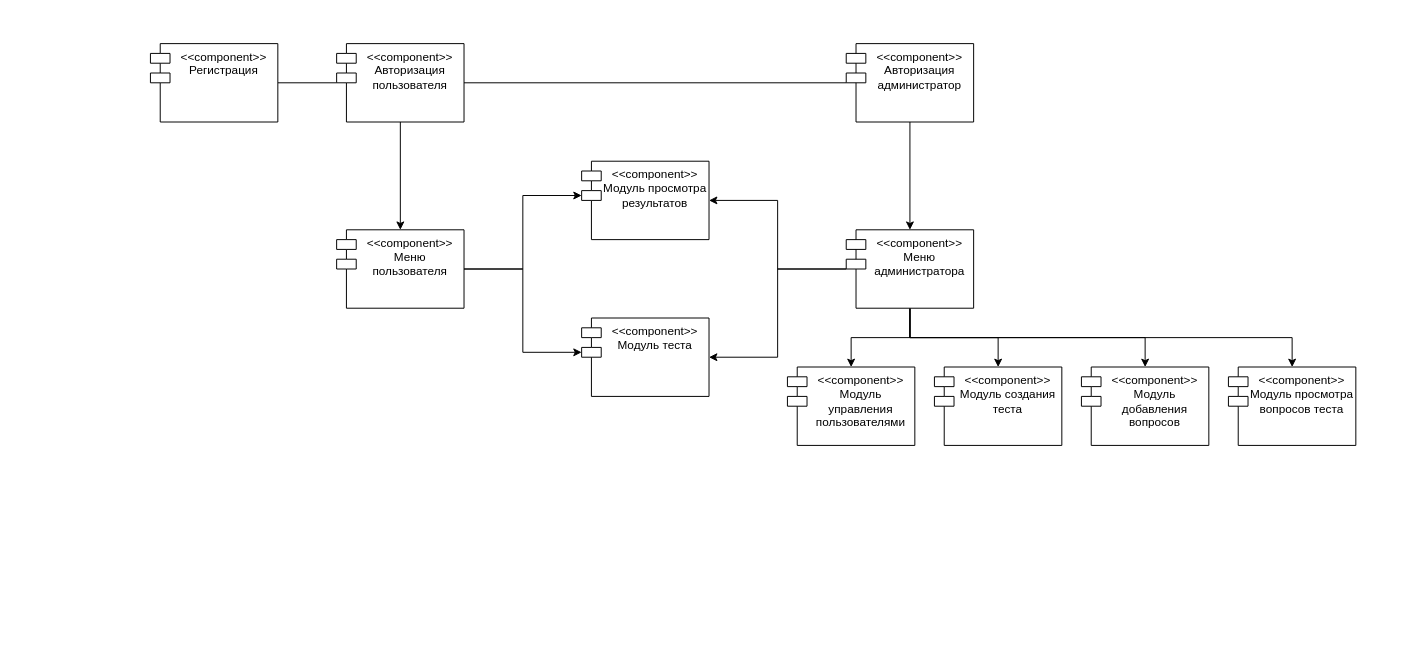
Above: Documents/vkr-class-master/images/диаграмма_компонентов.drawio in Nikita-g-Koval/Kursovik (draw.io), before the change. Source tidied: cells renumbered, new cells numbered last; positions are measured from the earlier drawing's top-left corner, leaving out a move shared by most shapes. Both pictures are drawn from the tidied source at 98%, with x=0, y=0 at pixel (150, 43).
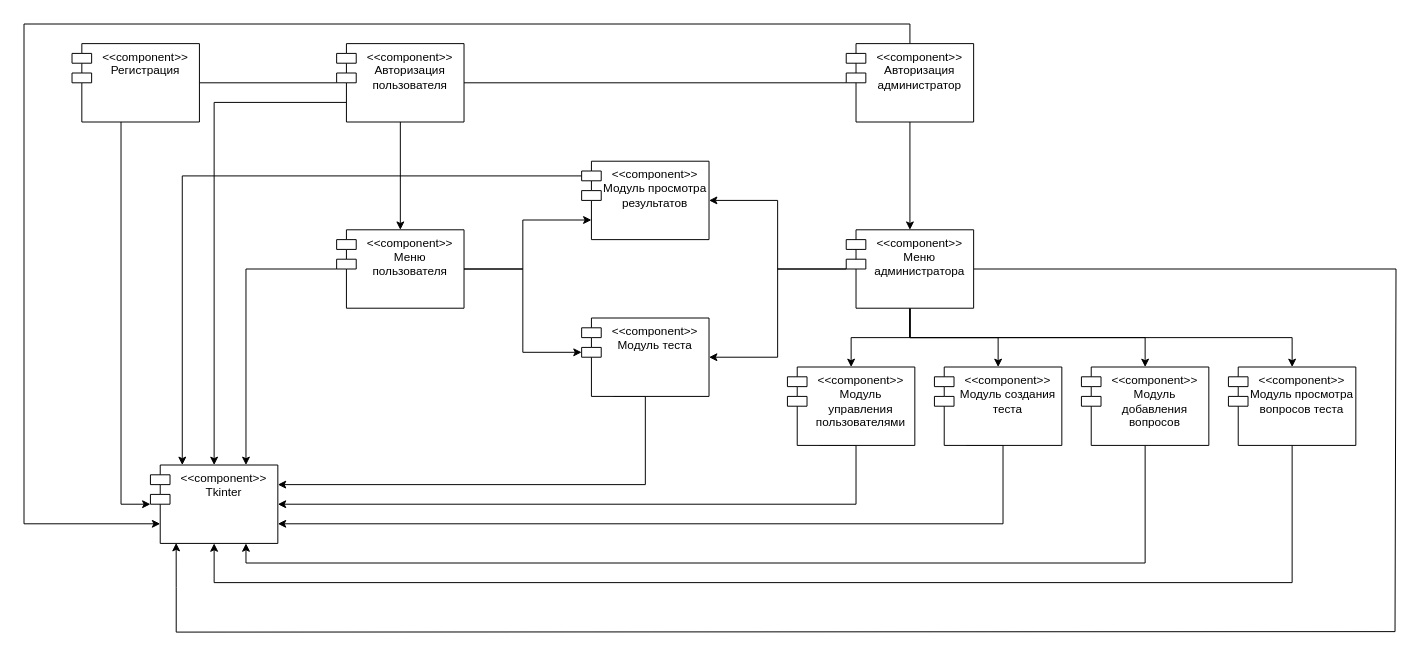
Above is the later version.

Commit message (it also covers changes not shown here):
обновил диаграмму компонентов

The change refers to these unchanged cells:
```xml
<mxCell id="5" value="&amp;lt;&amp;lt;component&amp;gt;&amp;gt;&lt;div&gt;Авторизация&lt;/div&gt;&lt;div&gt;пользователя&lt;/div&gt;" style="shape=module;align=left;spacingLeft=20;align=center;verticalAlign=top;whiteSpace=wrap;html=1;" parent="1" vertex="1">
  <mxGeometry x="190" width="130" height="80" as="geometry" />
</mxCell>
<mxCell id="8" value="&amp;lt;&amp;lt;component&amp;gt;&amp;gt;&lt;div&gt;Авторизация администратор&lt;/div&gt;" style="shape=module;align=left;spacingLeft=20;align=center;verticalAlign=top;whiteSpace=wrap;html=1;" parent="1" vertex="1">
  <mxGeometry x="710" width="130" height="80" as="geometry" />
</mxCell>
<mxCell id="9" value="&amp;lt;&amp;lt;component&amp;gt;&amp;gt;&lt;div&gt;Меню пользователя&lt;/div&gt;" style="shape=module;align=left;spacingLeft=20;align=center;verticalAlign=top;whiteSpace=wrap;html=1;" parent="1" vertex="1">
  <mxGeometry x="190" y="190" width="130" height="80" as="geometry" />
</mxCell>
<mxCell id="10" value="&amp;lt;&amp;lt;component&amp;gt;&amp;gt;&lt;div&gt;Модуль теста&lt;/div&gt;" style="shape=module;align=left;spacingLeft=20;align=center;verticalAlign=top;whiteSpace=wrap;html=1;" parent="1" vertex="1">
  <mxGeometry x="440" y="280" width="130" height="80" as="geometry" />
</mxCell>
<mxCell id="11" value="&amp;lt;&amp;lt;component&amp;gt;&amp;gt;&lt;div&gt;Модуль управления пользователями&lt;/div&gt;" style="shape=module;align=left;spacingLeft=20;align=center;verticalAlign=top;whiteSpace=wrap;html=1;" parent="1" vertex="1">
  <mxGeometry x="650" y="330" width="130" height="80" as="geometry" />
</mxCell>
<mxCell id="18" value="&amp;lt;&amp;lt;component&amp;gt;&amp;gt;&lt;div&gt;Меню администратора&lt;/div&gt;" style="shape=module;align=left;spacingLeft=20;align=center;verticalAlign=top;whiteSpace=wrap;html=1;" parent="1" vertex="1">
  <mxGeometry x="710" y="190" width="130" height="80" as="geometry" />
</mxCell>
<mxCell id="19" value="&amp;lt;&amp;lt;component&amp;gt;&amp;gt;&lt;div&gt;Модуль создания теста&lt;/div&gt;" style="shape=module;align=left;spacingLeft=20;align=center;verticalAlign=top;whiteSpace=wrap;html=1;" parent="1" vertex="1">
  <mxGeometry x="800" y="330" width="130" height="80" as="geometry" />
</mxCell>
<mxCell id="20" value="&amp;lt;&amp;lt;component&amp;gt;&amp;gt;&lt;div&gt;Модуль добавления вопросов&lt;/div&gt;" style="shape=module;align=left;spacingLeft=20;align=center;verticalAlign=top;whiteSpace=wrap;html=1;" parent="1" vertex="1">
  <mxGeometry x="950" y="330" width="130" height="80" as="geometry" />
</mxCell>
<mxCell id="21" value="&amp;lt;&amp;lt;component&amp;gt;&amp;gt;&lt;div&gt;Модуль просмотра вопросов теста&lt;/div&gt;" style="shape=module;align=left;spacingLeft=20;align=center;verticalAlign=top;whiteSpace=wrap;html=1;" parent="1" vertex="1">
  <mxGeometry x="1100" y="330" width="130" height="80" as="geometry" />
</mxCell>
<mxCell id="22" value="&amp;lt;&amp;lt;component&amp;gt;&amp;gt;&lt;div&gt;Модуль просмотра результатов&lt;/div&gt;" style="shape=module;align=left;spacingLeft=20;align=center;verticalAlign=top;whiteSpace=wrap;html=1;" parent="1" vertex="1">
  <mxGeometry x="440" y="120" width="130" height="80" as="geometry" />
</mxCell>
```

Change to the diagram source:
```diff
@@
+    <mxCell id="25" style="edgeStyle=orthogonalEdgeStyle;rounded=0;jettySize=auto;html=1;exitX=0;exitY=0.75;exitDx=10;exitDy=0;exitPerimeter=0;entryX=0.5;entryY=0;entryDx=0;entryDy=0;" parent="1" edge="1" source="5" target="36">
+      <mxGeometry relative="1" as="geometry" />
+    </mxCell>
@@
+    <mxCell id="26" style="edgeStyle=orthogonalEdgeStyle;rounded=0;jettySize=auto;html=1;" parent="1" edge="1" source="6" target="36">
+      <mxGeometry relative="1" as="geometry">
+        <Array as="points">
+          <mxPoint x="-30" y="470" />
+        </Array>
+      </mxGeometry>
+    </mxCell>
     <mxCell id="6" value="&amp;lt;&amp;lt;component&amp;gt;&amp;gt;&lt;div&gt;Регистрация&lt;/div&gt;" style="shape=module;align=left;spacingLeft=20;align=center;verticalAlign=top;whiteSpace=wrap;html=1;" parent="1" vertex="1">
-      <mxGeometry width="130" height="80" as="geometry" />
+      <mxGeometry x="-80" width="130" height="80" as="geometry" />
     </mxCell>
@@
+    <mxCell id="27" style="edgeStyle=orthogonalEdgeStyle;rounded=0;jettySize=auto;html=1;exitX=0.5;exitY=0;exitDx=0;exitDy=0;endArrow=classic;startFill=0;entryX=0;entryY=0.75;entryDx=10;entryDy=0;entryPerimeter=0;endFill=1;" parent="1" edge="1" source="8" target="36">
+      <mxGeometry relative="1" as="geometry">
+        <Array as="points">
+          <mxPoint x="775" y="-20" />
+          <mxPoint x="-129" y="-20" />
+          <mxPoint x="-129" y="490" />
+        </Array>
+      </mxGeometry>
+    </mxCell>
@@
+    <mxCell id="28" style="edgeStyle=orthogonalEdgeStyle;rounded=0;jettySize=auto;html=1;entryX=0.75;entryY=0;entryDx=0;entryDy=0;" parent="1" edge="1" source="9" target="36">
+      <mxGeometry relative="1" as="geometry" />
+    </mxCell>
@@
+    <mxCell id="29" style="edgeStyle=orthogonalEdgeStyle;rounded=0;jettySize=auto;html=1;exitX=0.25;exitY=1;exitDx=0;exitDy=0;entryX=1;entryY=0.25;entryDx=0;entryDy=0;" parent="1" edge="1" source="10" target="36">
+      <mxGeometry relative="1" as="geometry">
+        <Array as="points">
+          <mxPoint x="505" y="360" />
+          <mxPoint x="505" y="450" />
+        </Array>
+      </mxGeometry>
+    </mxCell>
@@
+    <mxCell id="30" style="edgeStyle=orthogonalEdgeStyle;rounded=0;jettySize=auto;html=1;exitX=0.25;exitY=1;exitDx=0;exitDy=0;entryX=1;entryY=0.5;entryDx=0;entryDy=0;" parent="1" edge="1" source="11" target="36">
+      <mxGeometry relative="1" as="geometry">
+        <Array as="points">
+          <mxPoint x="720" y="410" />
+          <mxPoint x="720" y="470" />
+        </Array>
+      </mxGeometry>
+    </mxCell>
@@
+    <mxCell id="31" style="edgeStyle=orthogonalEdgeStyle;rounded=0;jettySize=auto;html=1;endArrow=none;startFill=0;endFill=1;" parent="1" edge="1" source="18">
+      <mxGeometry relative="1" as="geometry">
+        <mxPoint x="1270" y="600" as="targetPoint" />
+        <Array as="points">
+          <mxPoint x="1271" y="230" />
+        </Array>
+      </mxGeometry>
+    </mxCell>
@@
+    <mxCell id="32" style="edgeStyle=orthogonalEdgeStyle;rounded=0;jettySize=auto;html=1;exitX=0.25;exitY=1;exitDx=0;exitDy=0;entryX=1;entryY=0.75;entryDx=0;entryDy=0;" parent="1" edge="1" source="19" target="36">
+      <mxGeometry relative="1" as="geometry">
+        <Array as="points">
+          <mxPoint x="870" y="410" />
+          <mxPoint x="870" y="490" />
+        </Array>
+      </mxGeometry>
+    </mxCell>
@@
+    <mxCell id="33" style="edgeStyle=orthogonalEdgeStyle;rounded=0;jettySize=auto;html=1;exitX=0.5;exitY=1;exitDx=0;exitDy=0;entryX=0.75;entryY=1;entryDx=0;entryDy=0;" parent="1" edge="1" source="20" target="36">
+      <mxGeometry relative="1" as="geometry" />
+    </mxCell>
@@
+    <mxCell id="34" style="edgeStyle=orthogonalEdgeStyle;rounded=0;jettySize=auto;html=1;exitX=0.5;exitY=1;exitDx=0;exitDy=0;entryX=0.5;entryY=1;entryDx=0;entryDy=0;" parent="1" edge="1" source="21" target="36">
+      <mxGeometry relative="1" as="geometry">
+        <Array as="points">
+          <mxPoint x="1165" y="550" />
+          <mxPoint x="65" y="550" />
+        </Array>
+      </mxGeometry>
+    </mxCell>
@@
+    <mxCell id="35" style="edgeStyle=orthogonalEdgeStyle;rounded=0;jettySize=auto;html=1;exitX=0;exitY=0;exitDx=0;exitDy=15;exitPerimeter=0;entryX=0.25;entryY=0;entryDx=0;entryDy=0;" parent="1" edge="1" source="22" target="36">
+      <mxGeometry relative="1" as="geometry" />
+    </mxCell>
@@
-    <mxCell id="23" style="edgeStyle=orthogonalEdgeStyle;rounded=0;jettySize=auto;html=1;entryX=0;entryY=0;entryDx=0;entryDy=35;entryPerimeter=0;" parent="1" edge="1" source="9" target="22">
+    <mxCell id="23" style="edgeStyle=orthogonalEdgeStyle;rounded=0;jettySize=auto;html=1;entryX=0;entryY=0.75;entryDx=10;entryDy=0;entryPerimeter=0;" parent="1" edge="1" source="9" target="22">
       <mxGeometry relative="1" as="geometry" />
     </mxCell>
@@
+    <mxCell id="36" value="&amp;lt;&amp;lt;component&amp;gt;&amp;gt;&lt;div&gt;Tkinter&lt;/div&gt;" style="shape=module;align=left;spacingLeft=20;align=center;verticalAlign=top;whiteSpace=wrap;html=1;" parent="1" vertex="1">
+      <mxGeometry y="430" width="130" height="80" as="geometry" />
+    </mxCell>
+    <mxCell id="37" style="endArrow=classic;html=1;rounded=0;startFill=0;endFill=1;edgeStyle=orthogonalEdgeStyle;entryX=0.202;entryY=0.995;entryDx=0;entryDy=0;entryPerimeter=0;" parent="1" edge="1" target="36">
+      <mxGeometry relative="1" as="geometry">
+        <mxPoint x="1270" y="600" as="sourcePoint" />
+      </mxGeometry>
+    </mxCell>
```
